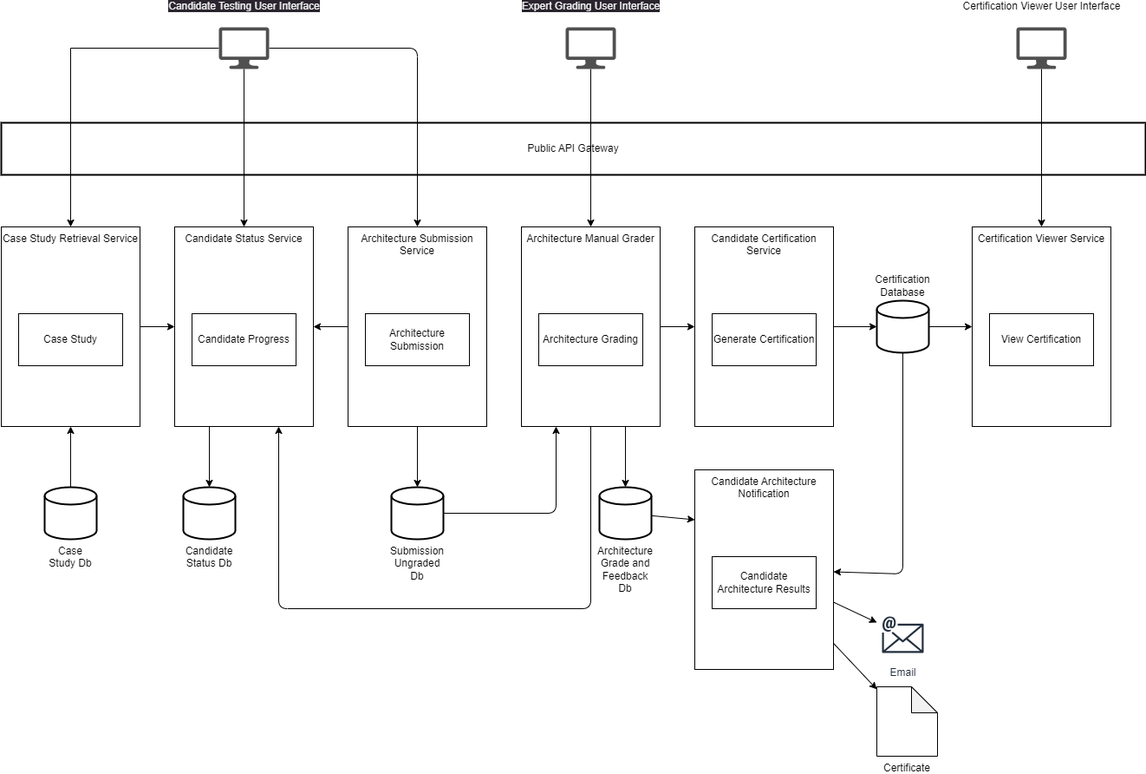
Earlier version of the draw.io export adr/images/Existing Certification Testing Architecture - Architecture Solution.drawio.png (mmat1/skynet-ai-2025). Source tidied: cells renumbered, new cells last; positions are measured from the earlier drawing's top-left corner, leaving out a move shared by most shapes.
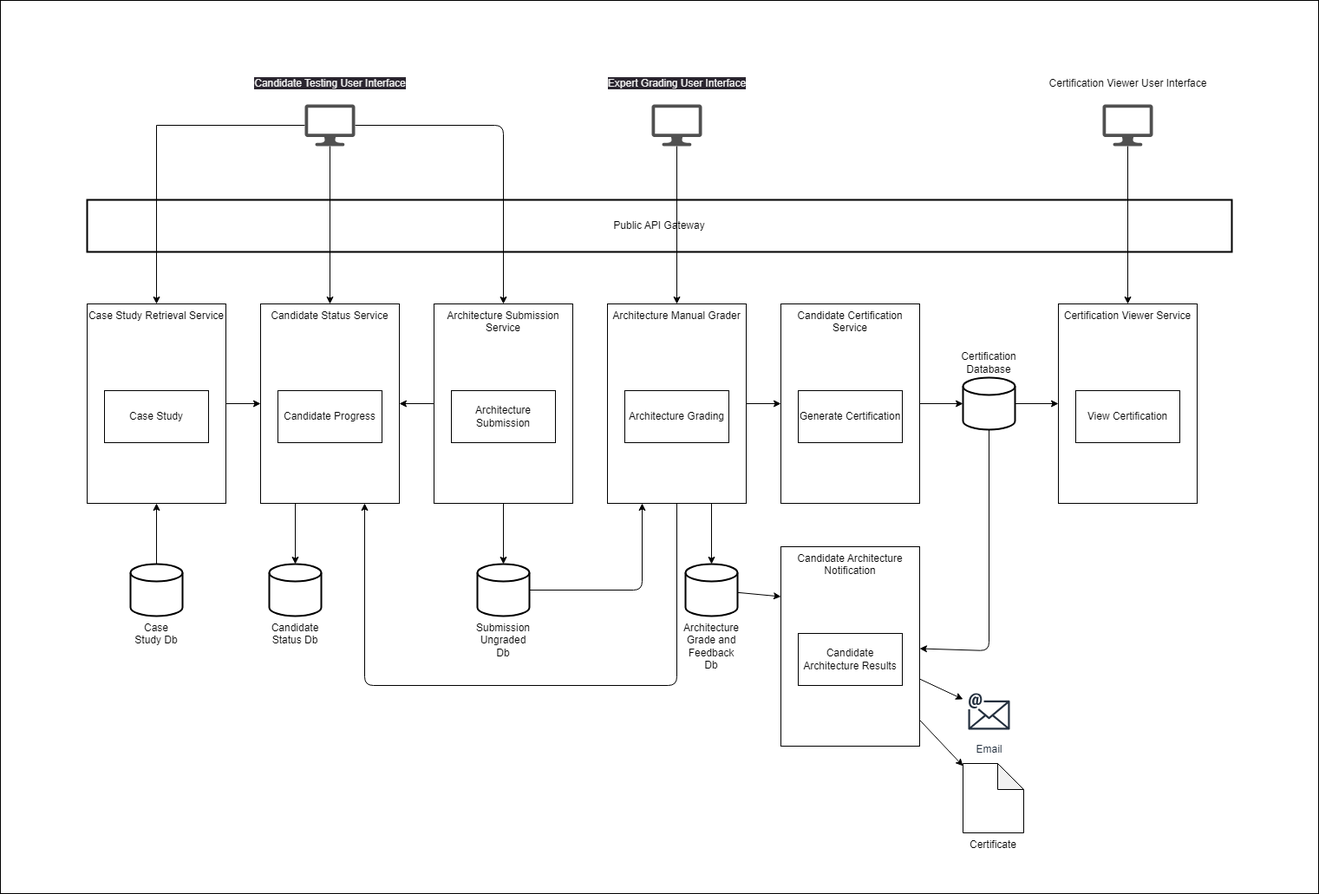
The same diagram one commit later.

Diff of the diagram source:
```diff
@@ -2,6 +2,9 @@
   <root>
     <mxCell id="0" />
     <mxCell id="1" parent="0" />
+    <mxCell id="47" style="rounded=0;whiteSpace=wrap;html=1;" parent="1" vertex="1">
+      <mxGeometry x="-100" y="-120" width="1520" height="1030" as="geometry" />
+    </mxCell>
     <mxCell id="2" value="Public API Gateway" style="rounded=0;whiteSpace=wrap;html=1;strokeWidth=2;" parent="1" vertex="1">
       <mxGeometry y="110" width="1320" height="60" as="geometry" />
     </mxCell>
```
